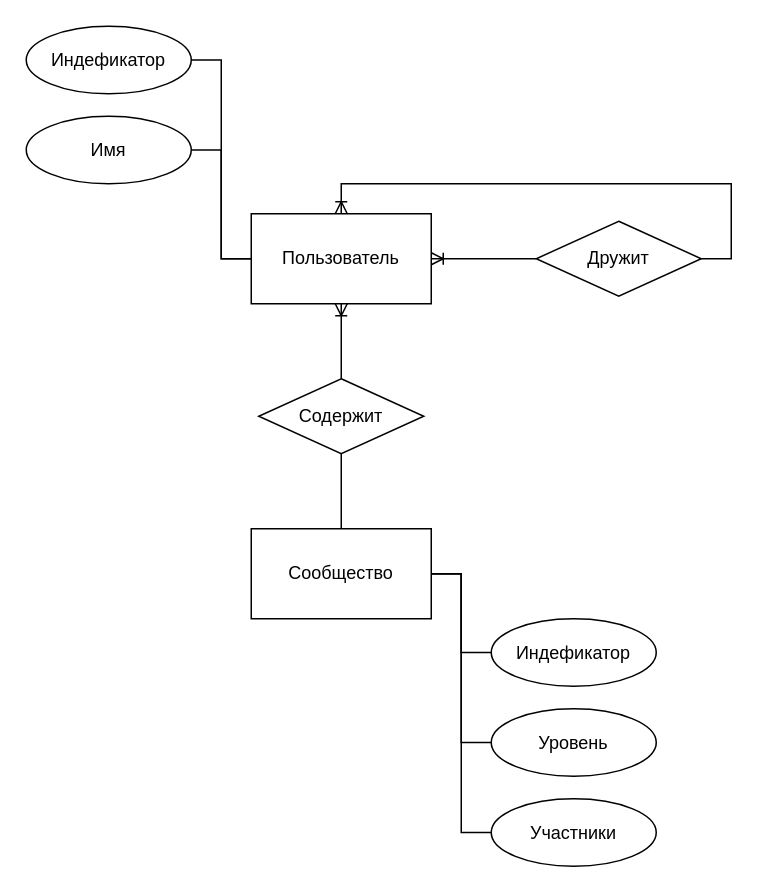
Earlier version of the draw.io diagram docs/images/ER.drawio (paa04/DB_COURSE_WORK). Source tidied: cells renumbered, new cells numbered last; positions are measured from the earlier drawing's top-left corner, leaving out a move shared by most shapes. Both pictures are drawn from the tidied source at 150%, with x=0, y=0 at pixel (26, 26).
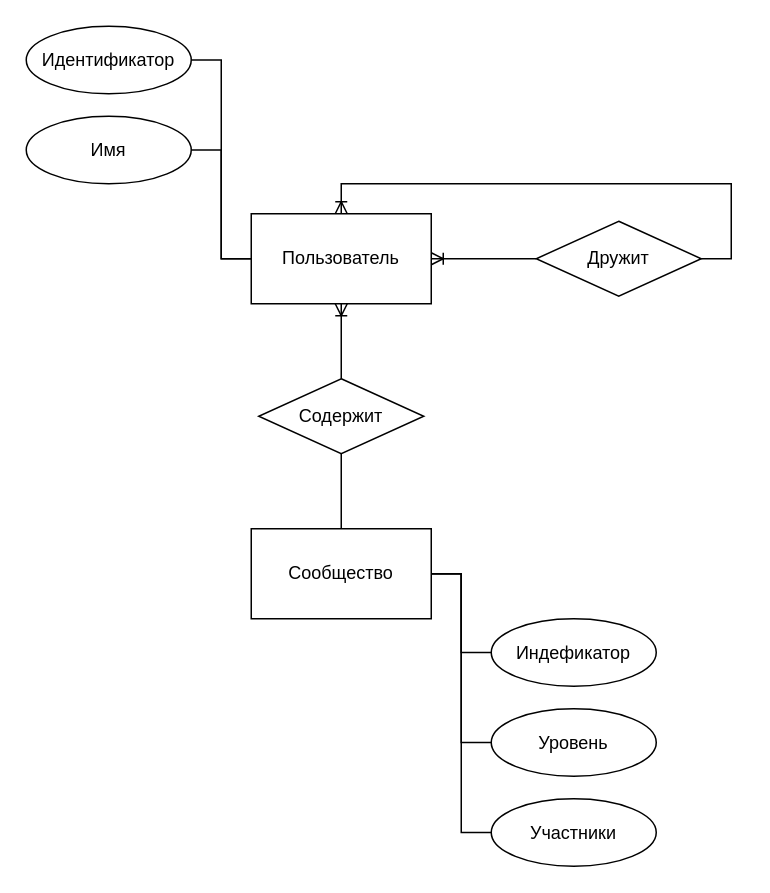
Above is the later version.

Change to the diagram source:
```diff
@@
-    <mxCell id="18" value="Индефикатор" style="ellipse;whiteSpace=wrap;html=1;" parent="1" vertex="1">
+    <mxCell id="18" value="Идентификатор" style="ellipse;whiteSpace=wrap;html=1;" parent="1" vertex="1">
       <mxGeometry width="110" height="45" as="geometry" />
     </mxCell>
```
